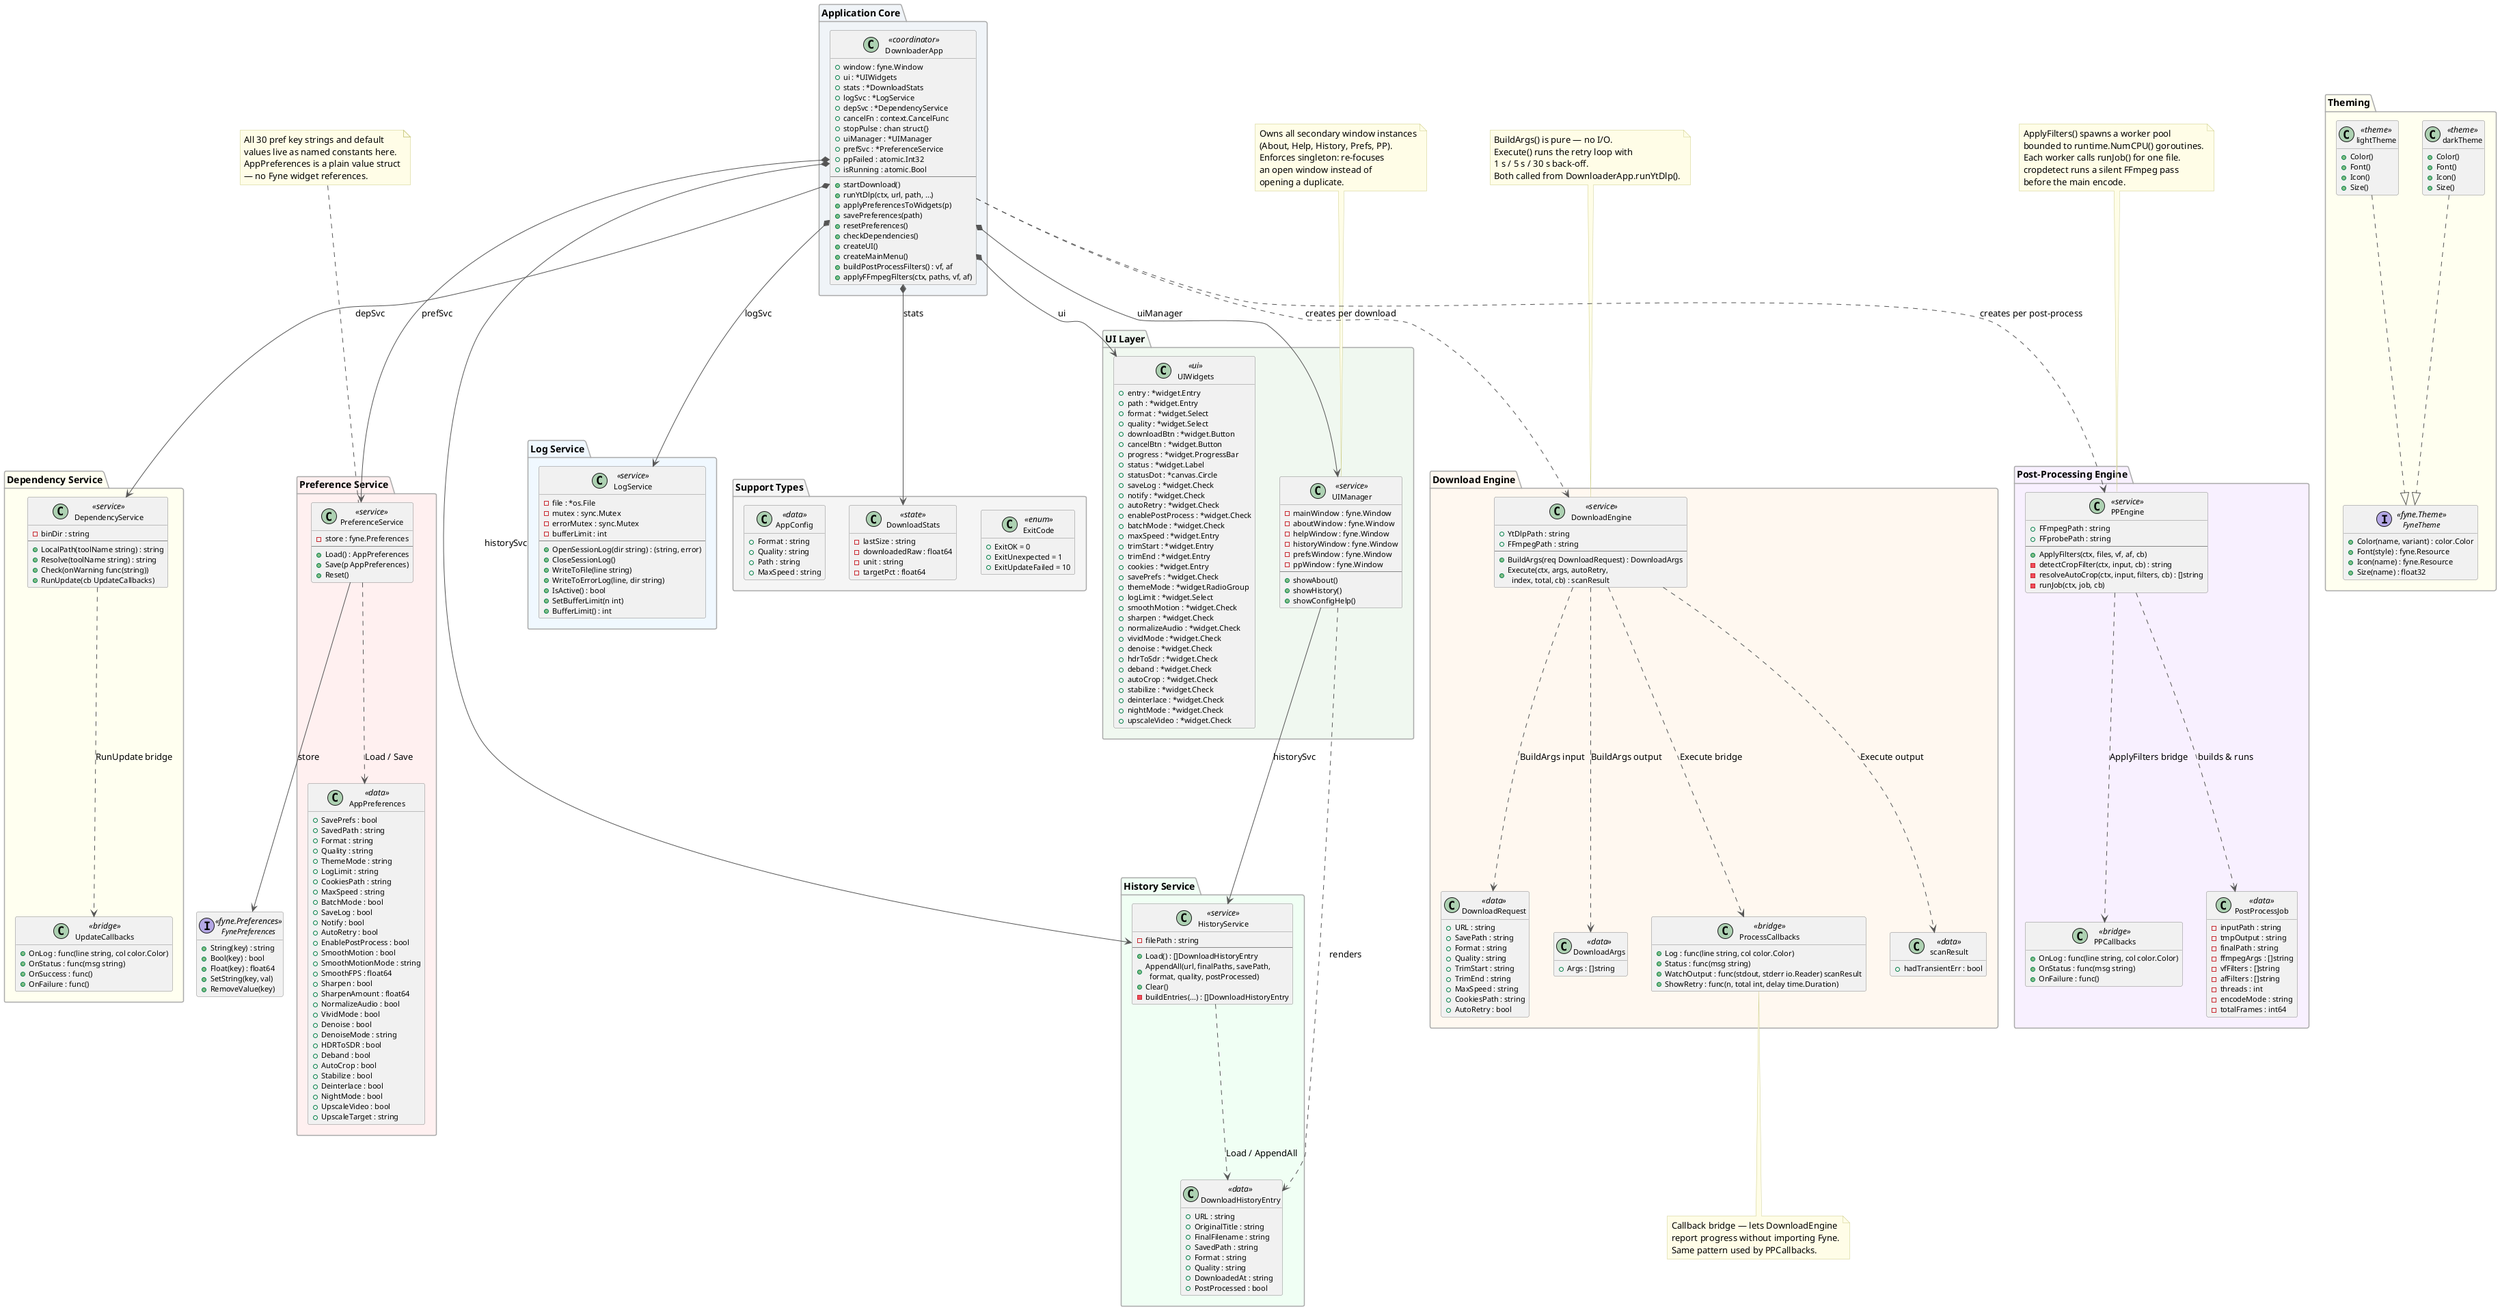
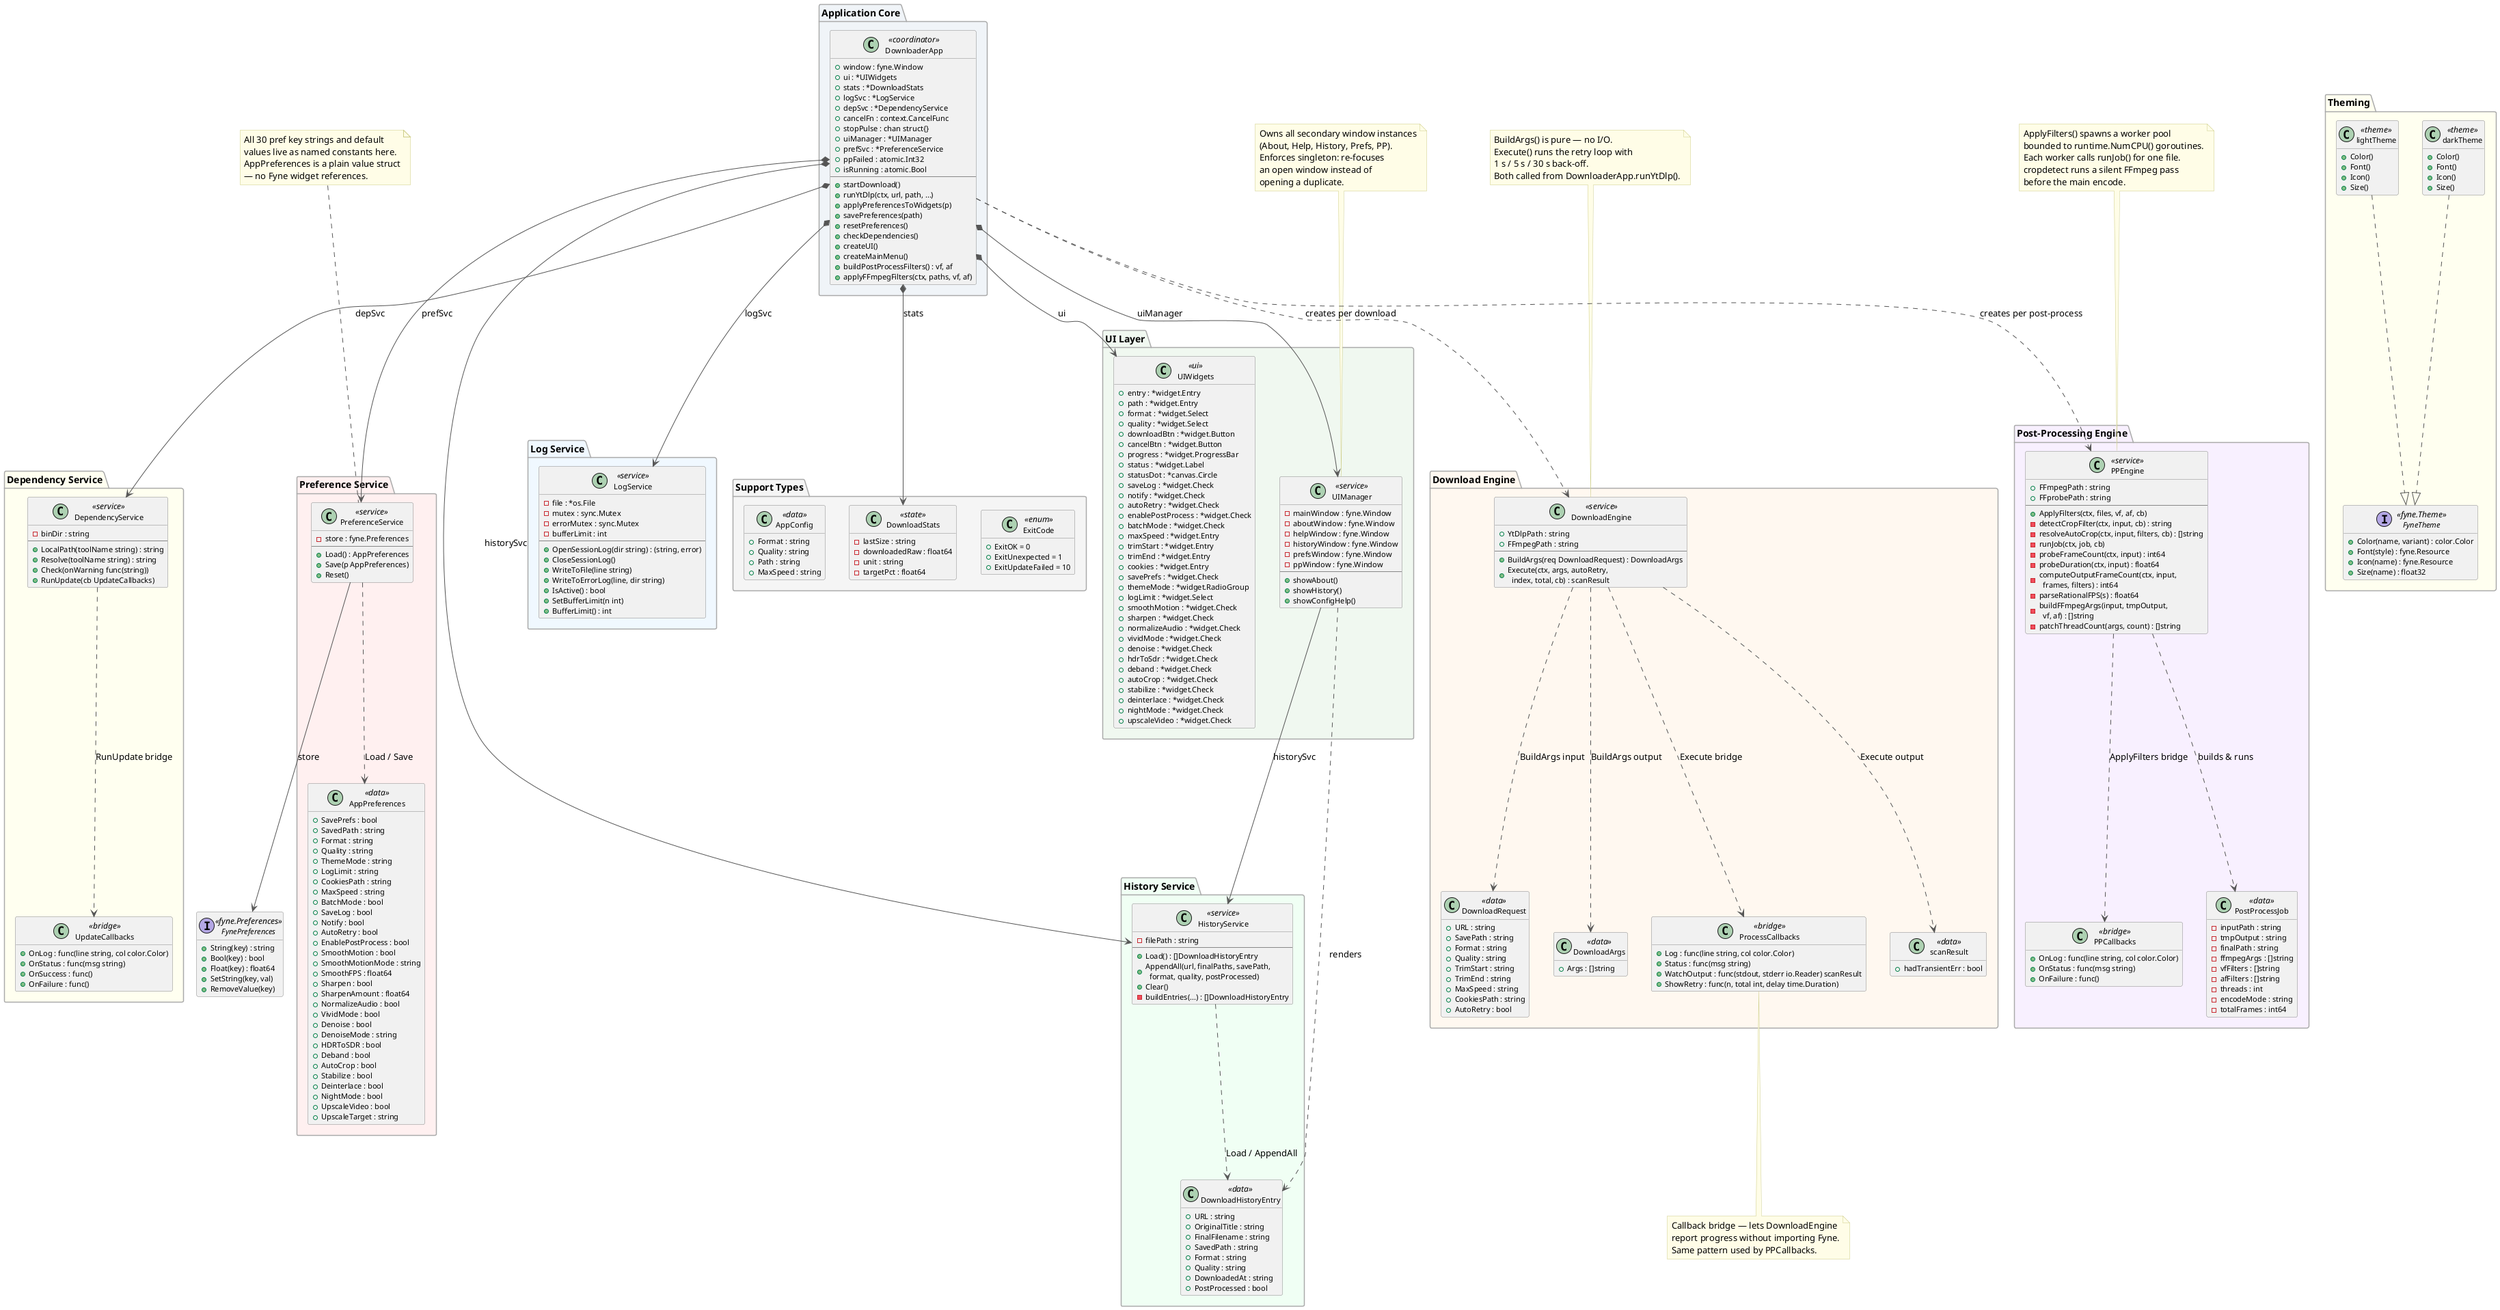
@startuml GoVid — Class Architecture

skinparam shadowing false
skinparam classFontSize 12
skinparam classAttributeFontSize 11
skinparam classBorderColor #888888
skinparam arrowColor #555555
skinparam packageBorderColor #AAAAAA
skinparam interfaceBorderColor #6272A4
skinparam interfaceBackgroundColor #E8EEFF
skinparam noteBackgroundColor #FFFDE7
skinparam noteBorderColor #CCCC88
skinparam stereotypeCBackgroundColor #E0E0FF

hide empty members

' ════════════════════════════════════════════════════════════
' APPLICATION CORE
' ════════════════════════════════════════════════════════════
package "Application Core" #F0F4F8 {

    class DownloaderApp <<coordinator>> {
        +window : fyne.Window
        +ui : *UIWidgets
        +stats : *DownloadStats
        +logSvc : *LogService
        +depSvc : *DependencyService
        +cancelFn : context.CancelFunc
        +stopPulse : chan struct{}
        +uiManager : *UIManager
        +prefSvc : *PreferenceService
        +ppFailed : atomic.Int32
        +isRunning : atomic.Bool
        --
        +startDownload()
        +runYtDlp(ctx, url, path, ...)
        +applyPreferencesToWidgets(p)
        +savePreferences(path)
        +resetPreferences()
        +checkDependencies()
        +createUI()
        +createMainMenu()
        +buildPostProcessFilters() : vf, af
        +applyFFmpegFilters(ctx, paths, vf, af)
    }

}

' ════════════════════════════════════════════════════════════
' UI LAYER
' ════════════════════════════════════════════════════════════
package "UI Layer" #F0F8F0 {

    class UIWidgets <<ui>> {
        ' — Download controls —
        +entry : *widget.Entry
        +path : *widget.Entry
        +format : *widget.Select
        +quality : *widget.Select
        +downloadBtn : *widget.Button
        +cancelBtn : *widget.Button
        +progress : *widget.ProgressBar
        +status : *widget.Label
        +statusDot : *canvas.Circle
        ' — Session options —
        +saveLog : *widget.Check
        +notify : *widget.Check
        +autoRetry : *widget.Check
        +enablePostProcess : *widget.Check
        +batchMode : *widget.Check
        +maxSpeed : *widget.Entry
        +trimStart : *widget.Entry
        +trimEnd : *widget.Entry
        +cookies : *widget.Entry
        ' — Settings controls —
        +savePrefs : *widget.Check
        +themeMode : *widget.RadioGroup
        +logLimit : *widget.Select
        ' — Post-processing controls (12 fields) —
        +smoothMotion : *widget.Check
        +sharpen : *widget.Check
        +normalizeAudio : *widget.Check
        +vividMode : *widget.Check
        +denoise : *widget.Check
        +hdrToSdr : *widget.Check
        +deband : *widget.Check
        +autoCrop : *widget.Check
        +stabilize : *widget.Check
        +deinterlace : *widget.Check
        +nightMode : *widget.Check
        +upscaleVideo : *widget.Check
    }

    class UIManager <<service>> {
        -mainWindow : fyne.Window
        -aboutWindow : fyne.Window
        -helpWindow : fyne.Window
        -historyWindow : fyne.Window
        -prefsWindow : fyne.Window
        -ppWindow : fyne.Window
        --
        +showAbout()
        +showHistory()
        +showConfigHelp()
    }

}

' ════════════════════════════════════════════════════════════
' DOWNLOAD ENGINE
' ════════════════════════════════════════════════════════════
package "Download Engine" #FFF8F0 {

    class DownloadEngine <<service>> {
        +YtDlpPath : string
        +FFmpegPath : string
        --
        +BuildArgs(req DownloadRequest) : DownloadArgs
        +Execute(ctx, args, autoRetry,\n  index, total, cb) : scanResult
    }

    class DownloadRequest <<data>> {
        +URL : string
        +SavePath : string
        +Format : string
        +Quality : string
        +TrimStart : string
        +TrimEnd : string
        +MaxSpeed : string
        +CookiesPath : string
        +AutoRetry : bool
    }

    class DownloadArgs <<data>> {
        +Args : []string
    }

    class ProcessCallbacks <<bridge>> {
        +Log : func(line string, col color.Color)
        +Status : func(msg string)
        +WatchOutput : func(stdout, stderr io.Reader) scanResult
        +ShowRetry : func(n, total int, delay time.Duration)
    }

    class scanResult <<data>> {
        +hadTransientErr : bool
    }

}

' ════════════════════════════════════════════════════════════
' POST-PROCESSING ENGINE
' ════════════════════════════════════════════════════════════
package "Post-Processing Engine" #F8F0FF {

    class PPEngine <<service>> {
        +FFmpegPath : string
        +FFprobePath : string
        --
        +ApplyFilters(ctx, files, vf, af, cb)
        -detectCropFilter(ctx, input, cb) : string
        -resolveAutoCrop(ctx, input, filters, cb) : []string
        -runJob(ctx, job, cb)
+         -probeFrameCount(ctx, input) : int64
+         -probeDuration(ctx, input) : float64
+         -computeOutputFrameCount(ctx, input,\n  frames, filters) : int64
+         -parseRationalFPS(s) : float64
+         -buildFFmpegArgs(input, tmpOutput,\n  vf, af) : []string
+         -patchThreadCount(args, count) : []string
    }

    class PPCallbacks <<bridge>> {
        +OnLog : func(line string, col color.Color)
        +OnStatus : func(msg string)
        +OnFailure : func()
    }

    class PostProcessJob <<data>> {
        -inputPath : string
        -tmpOutput : string
        -finalPath : string
        -ffmpegArgs : []string
        -vfFilters : []string
        -afFilters : []string
        -threads : int
        -encodeMode : string
        -totalFrames : int64
    }

}

' ════════════════════════════════════════════════════════════
' HISTORY SERVICE
' ════════════════════════════════════════════════════════════
package "History Service" #F0FFF4 {

    class HistoryService <<service>> {
        -filePath : string
        --
        +Load() : []DownloadHistoryEntry
        +AppendAll(url, finalPaths, savePath,\n  format, quality, postProcessed)
        +Clear()
        -buildEntries(...) : []DownloadHistoryEntry
    }

    class DownloadHistoryEntry <<data>> {
        +URL : string
        +OriginalTitle : string
        +FinalFilename : string
        +SavedPath : string
        +Format : string
        +Quality : string
        +DownloadedAt : string
        +PostProcessed : bool
    }

}

' ════════════════════════════════════════════════════════════
' PREFERENCE SERVICE
' ════════════════════════════════════════════════════════════
package "Preference Service" #FFF0F0 {

    class PreferenceService <<service>> {
        -store : fyne.Preferences
        --
        +Load() : AppPreferences
        +Save(p AppPreferences)
        +Reset()
    }

    class AppPreferences <<data>> {
        +SavePrefs : bool
        +SavedPath : string
        +Format : string
        +Quality : string
        +ThemeMode : string
        +LogLimit : string
        +CookiesPath : string
        +MaxSpeed : string
        +BatchMode : bool
        +SaveLog : bool
        +Notify : bool
        +AutoRetry : bool
        +EnablePostProcess : bool
        +SmoothMotion : bool
        +SmoothMotionMode : string
        +SmoothFPS : float64
        +Sharpen : bool
        +SharpenAmount : float64
        +NormalizeAudio : bool
        +VividMode : bool
        +Denoise : bool
        +DenoiseMode : string
        +HDRToSDR : bool
        +Deband : bool
        +AutoCrop : bool
        +Stabilize : bool
        +Deinterlace : bool
        +NightMode : bool
        +UpscaleVideo : bool
        +UpscaleTarget : string
    }

}

' ════════════════════════════════════════════════════════════
' DEPENDENCY SERVICE
' ════════════════════════════════════════════════════════════
package "Dependency Service" #FFFFF0 {

    class DependencyService <<service>> {
        -binDir : string
        --
        +LocalPath(toolName string) : string
        +Resolve(toolName string) : string
        +Check(onWarning func(string))
        +RunUpdate(cb UpdateCallbacks)
    }

    class UpdateCallbacks <<bridge>> {
        +OnLog : func(line string, col color.Color)
        +OnStatus : func(msg string)
        +OnSuccess : func()
        +OnFailure : func()
    }

}

' ════════════════════════════════════════════════════════════
' LOG SERVICE
' ════════════════════════════════════════════════════════════
package "Log Service" #F0F8FF {

    class LogService <<service>> {
        -file : *os.File
        -mutex : sync.Mutex
        -errorMutex : sync.Mutex
        -bufferLimit : int
        --
        +OpenSessionLog(dir string) : (string, error)
        +CloseSessionLog()
        +WriteToFile(line string)
        +WriteToErrorLog(line, dir string)
        +IsActive() : bool
        +SetBufferLimit(n int)
        +BufferLimit() : int
    }

}


' ════════════════════════════════════════════════════════════
package "Support Types" #F5F5F5 {

    class ExitCode <<enum>> {
        +ExitOK = 0
        +ExitUnexpected = 1
        +ExitUpdateFailed = 10
    }

    class DownloadStats <<state>> {
        -lastSize : string
        -downloadedRaw : float64
        -unit : string
        -targetPct : float64
    }

    class AppConfig <<data>> {
        +Format : string
        +Quality : string
        +Path : string
        +MaxSpeed : string
    }

}

' ════════════════════════════════════════════════════════════
' THEMING
' ════════════════════════════════════════════════════════════
package "Theming" #FFFFF0 {

    interface FyneTheme <<fyne.Theme>> {
        +Color(name, variant) : color.Color
        +Font(style) : fyne.Resource
        +Icon(name) : fyne.Resource
        +Size(name) : float32
    }

    class darkTheme <<theme>> {
        +Color()
        +Font()
        +Icon()
        +Size()
    }

    class lightTheme <<theme>> {
        +Color()
        +Font()
        +Icon()
        +Size()
    }

}

' ════════════════════════════════════════════════════════════
' EXTERNAL INTERFACE
' ════════════════════════════════════════════════════════════
interface FynePreferences <<fyne.Preferences>> {
    +String(key) : string
    +Bool(key) : bool
    +Float(key) : float64
    +SetString(key, val)
    +RemoveValue(key)
}

' ════════════════════════════════════════════════════════════
' RELATIONSHIPS
' ════════════════════════════════════════════════════════════

DependencyService ..> UpdateCallbacks : RunUpdate bridge

' DownloaderApp composition (owns these fields)
DownloaderApp *--> UIWidgets       : ui
DownloaderApp *--> UIManager       : uiManager
DownloaderApp *--> PreferenceService : prefSvc
DownloaderApp *--> HistoryService   : historySvc
DownloaderApp *--> LogService     : logSvc
DownloaderApp *--> DependencyService : depSvc
DownloaderApp *--> DownloadStats   : stats

' DownloaderApp uses engines (created per session, not stored as fields)
DownloaderApp ..> DownloadEngine   : creates per download
DownloaderApp ..> PPEngine         : creates per post-process

' DownloadEngine value flow
DownloadEngine ..> DownloadRequest : BuildArgs input
DownloadEngine ..> DownloadArgs    : BuildArgs output
DownloadEngine ..> ProcessCallbacks : Execute bridge
DownloadEngine ..> scanResult      : Execute output

' PPEngine internal flow
PPEngine ..> PPCallbacks    : ApplyFilters bridge
PPEngine ..> PostProcessJob : builds & runs

' PreferenceService
PreferenceService --> FynePreferences : store
PreferenceService ..> AppPreferences  : Load / Save

' HistoryService
HistoryService ..> DownloadHistoryEntry : Load / AppendAll
UIManager --> HistoryService : historySvc

' UIManager renders history
UIManager ..> DownloadHistoryEntry : renders

' Theming
darkTheme  ..|> FyneTheme
lightTheme ..|> FyneTheme

' ════════════════════════════════════════════════════════════
' ANNOTATIONS
' ════════════════════════════════════════════════════════════

note top of DownloadEngine
  BuildArgs() is pure — no I/O.
  Execute() runs the retry loop with
  1 s / 5 s / 30 s back-off.
  Both called from DownloaderApp.runYtDlp().
end note

note top of PPEngine
  ApplyFilters() spawns a worker pool
  bounded to runtime.NumCPU() goroutines.
  Each worker calls runJob() for one file.
  cropdetect runs a silent FFmpeg pass
  before the main encode.
end note

note top of PreferenceService
  All 30 pref key strings and default
  values live as named constants here.
  AppPreferences is a plain value struct
  — no Fyne widget references.
end note

note top of UIManager
  Owns all secondary window instances
  (About, Help, History, Prefs, PP).
  Enforces singleton: re-focuses
  an open window instead of
  opening a duplicate.
end note

note bottom of ProcessCallbacks
  Callback bridge — lets DownloadEngine
  report progress without importing Fyne.
  Same pattern used by PPCallbacks.
end note

@enduml
